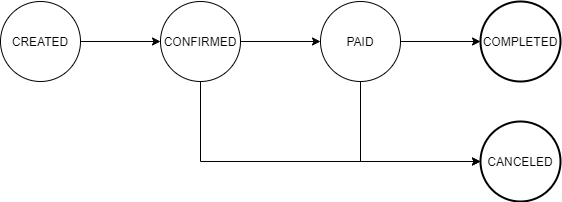
Above: hw7/OrderStatus.png in GUR-ok/otus-microservice-architecture (draw.io), before the change. Source tidied: cells renumbered, new cells last; positions are measured from the earlier drawing's top-left corner, leaving out a move shared by most shapes.
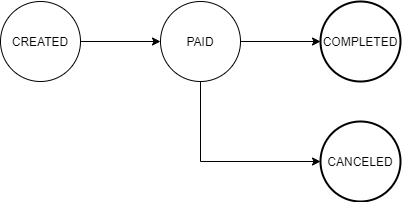
After the commit.

Commit message:
hw07: добавлены сиквенс диаграммы

The edit, as a diff of the source:
```diff
@@ -2,11 +2,8 @@
   <root>
     <mxCell id="0" />
     <mxCell id="1" parent="0" />
-    <mxCell id="2" style="edgeStyle=orthogonalEdgeStyle;rounded=0;jettySize=auto;html=1;entryX=0;entryY=0.5;entryDx=0;entryDy=0;" parent="1" edge="1" source="3" target="11">
-      <mxGeometry relative="1" as="geometry" />
-    </mxCell>
     <mxCell id="3" value="CREATED" style="ellipse;whiteSpace=wrap;html=1;" parent="1" vertex="1">
-      <mxGeometry width="80" height="80" as="geometry" />
+      <mxGeometry x="160" width="80" height="80" as="geometry" />
     </mxCell>
     <mxCell id="4" style="edgeStyle=orthogonalEdgeStyle;rounded=0;jettySize=auto;html=1;entryX=0;entryY=0.5;entryDx=0;entryDy=0;" parent="1" edge="1" source="6" target="7">
       <mxGeometry relative="1" as="geometry" />
@@ -27,18 +24,8 @@
     <mxCell id="8" value="CANCELED" style="ellipse;whiteSpace=wrap;html=1;strokeWidth=2;" parent="1" vertex="1">
       <mxGeometry x="480" y="120" width="80" height="80" as="geometry" />
     </mxCell>
-    <mxCell id="9" style="edgeStyle=orthogonalEdgeStyle;rounded=0;jettySize=auto;html=1;entryX=0;entryY=0.5;entryDx=0;entryDy=0;" parent="1" edge="1" source="11" target="6">
+    <mxCell id="9" style="edgeStyle=orthogonalEdgeStyle;rounded=0;jettySize=auto;html=1;entryX=0;entryY=0.5;entryDx=0;entryDy=0;exitX=1;exitY=0.5;exitDx=0;exitDy=0;" parent="1" edge="1" source="3" target="6">
       <mxGeometry relative="1" as="geometry" />
     </mxCell>
-    <mxCell id="10" style="edgeStyle=orthogonalEdgeStyle;rounded=0;jettySize=auto;html=1;entryX=0;entryY=0.5;entryDx=0;entryDy=0;" parent="1" edge="1" source="11" target="8">
-      <mxGeometry relative="1" as="geometry">
-        <Array as="points">
-          <mxPoint x="200" y="160" />
-        </Array>
-      </mxGeometry>
-    </mxCell>
-    <mxCell id="11" value="CONFIRMED" style="ellipse;whiteSpace=wrap;html=1;" parent="1" vertex="1">
-      <mxGeometry x="160" width="80" height="80" as="geometry" />
-    </mxCell>
   </root>
 </mxGraphModel>
```
